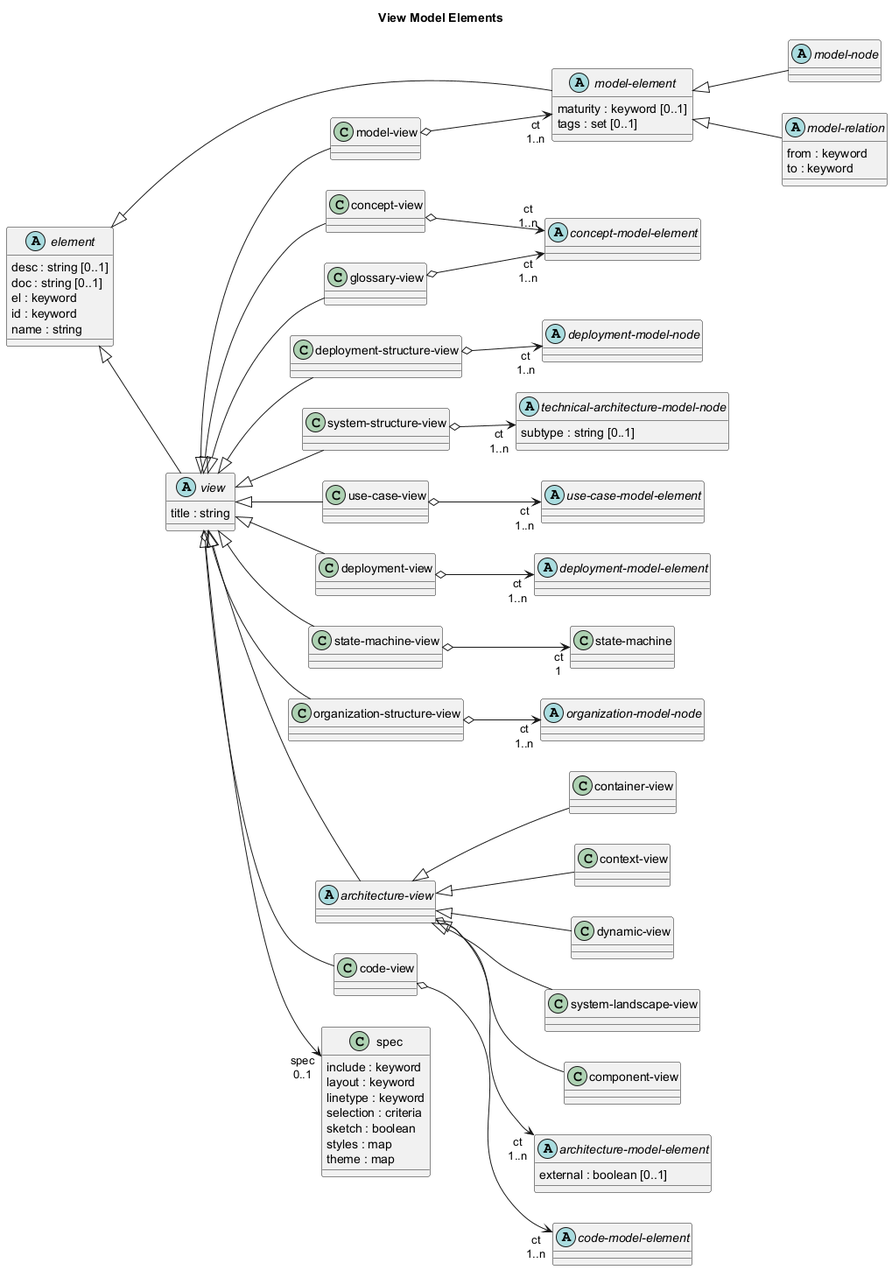
This is docs/overarch/data-model/view-model-elements.png from soulspace-org/overarch, a PlantUML export, as it was before one commit.
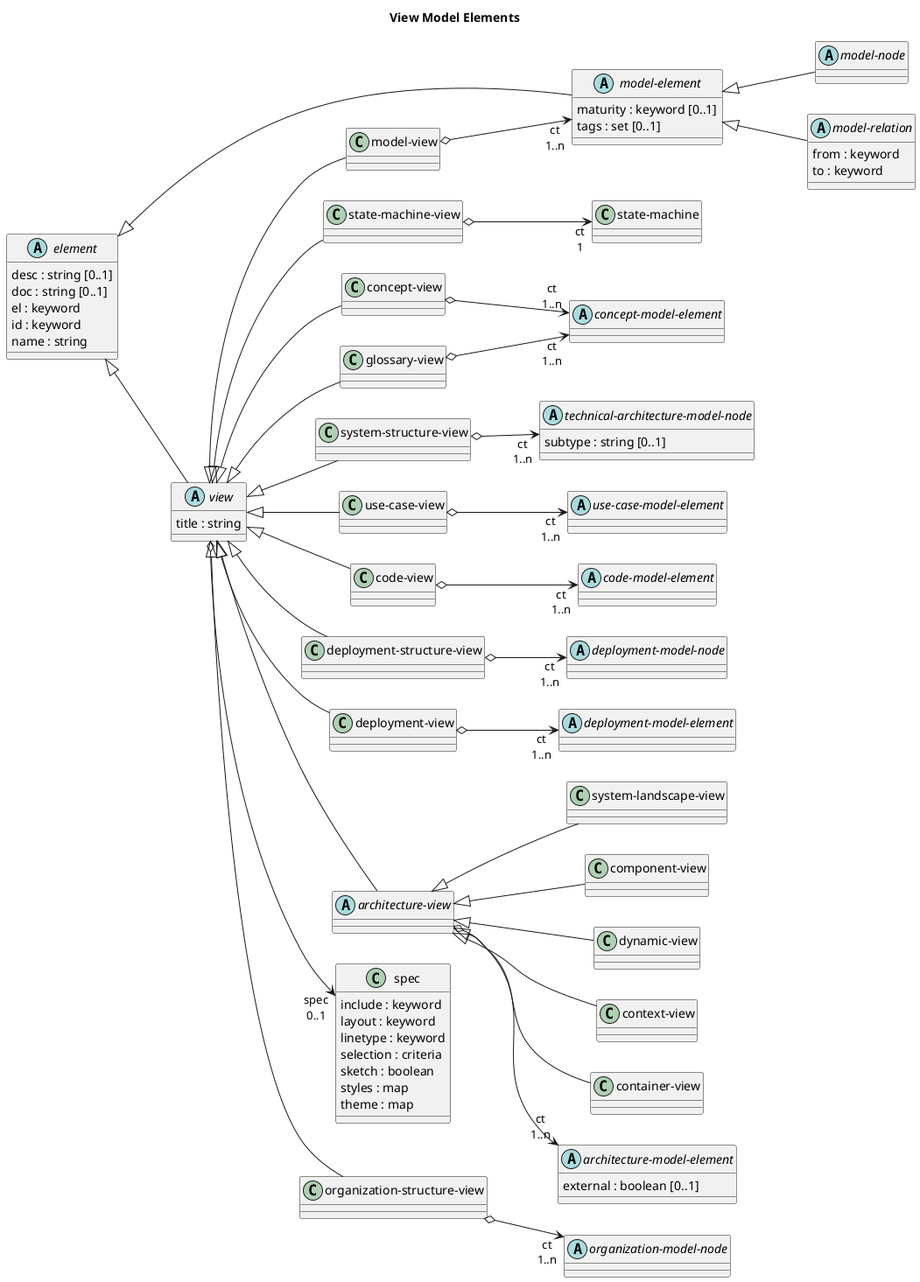
After the change.

Change to the diagram source:
```diff
@@ -7,38 +7,38 @@
 
 title View Model Elements
 
-class "concept-view" as overarch_dataModel_conceptView {}
-class "state-machine" as overarch_dataModel_stateMachine {}
 abstract class "technical-architecture-model-node" as overarch_dataModel_technicalArchitectureModelNode {
   subtype : string [0..1]
 }
 abstract class "concept-model-element" as overarch_dataModel_conceptModelElement {}
+class "state-machine-view" as overarch_dataModel_stateMachineView {}
+class "concept-view" as overarch_dataModel_conceptView {}
 abstract class "model-element" as overarch_dataModel_modelElement {
   maturity : keyword [0..1]
   tags : set [0..1]
 }
-class "model-view" as overarch_dataModel_modelView {}
+class "system-landscape-view" as overarch_dataModel_systemLandscapeView {}
+class "component-view" as overarch_dataModel_componentView {}
+class "system-structure-view" as overarch_dataModel_systemStructureView {}
+class "use-case-view" as overarch_dataModel_useCaseView {}
+class "code-view" as overarch_dataModel_codeView {}
+abstract class "deployment-model-node" as overarch_dataModel_deploymentModelNode {}
+class "dynamic-view" as overarch_dataModel_dynamicView {}
+class "deployment-structure-view" as overarch_dataModel_deploymentStructureView {}
+class "state-machine" as overarch_dataModel_stateMachine {}
+abstract class "model-node" as overarch_dataModel_modelNode {}
 class "glossary-view" as overarch_dataModel_glossaryView {}
-class "deployment-structure-view" as overarch_dataModel_deploymentStructureView {}
-class "container-view" as overarch_dataModel_containerView {}
-class "system-structure-view" as overarch_dataModel_systemStructureView {}
-abstract class "deployment-model-node" as overarch_dataModel_deploymentModelNode {}
-class "context-view" as overarch_dataModel_contextView {}
-class "dynamic-view" as overarch_dataModel_dynamicView {}
-class "use-case-view" as overarch_dataModel_useCaseView {}
-class "deployment-view" as overarch_dataModel_deploymentView {}
-abstract class "model-node" as overarch_dataModel_modelNode {}
 abstract class "model-relation" as overarch_dataModel_modelRelation {
   from : keyword
   to : keyword
 }
-class "system-landscape-view" as overarch_dataModel_systemLandscapeView {}
-class "state-machine-view" as overarch_dataModel_stateMachineView {}
-class "organization-structure-view" as overarch_dataModel_organizationStructureView {}
+class "deployment-view" as overarch_dataModel_deploymentView {}
+class "context-view" as overarch_dataModel_contextView {}
 abstract class "deployment-model-element" as overarch_dataModel_deploymentModelElement {}
+class "model-view" as overarch_dataModel_modelView {}
+class "container-view" as overarch_dataModel_containerView {}
 abstract class "architecture-view" as overarch_dataModel_architectureView {}
 abstract class "use-case-model-element" as overarch_dataModel_useCaseModelElement {}
-class "component-view" as overarch_dataModel_componentView {}
 abstract class "element" as overarch_dataModel_element {
   desc : string [0..1]
   doc : string [0..1]
@@ -49,7 +49,6 @@
 abstract class "architecture-model-element" as overarch_dataModel_architectureModelElement {
   external : boolean [0..1]
 }
-class "code-view" as overarch_dataModel_codeView {}
 class "spec" as overarch_dataModel_renderingSpec {
   include : keyword
   layout : keyword
@@ -64,6 +63,7 @@
 abstract class "view" as overarch_dataModel_view {
   title : string
 }
+class "organization-structure-view" as overarch_dataModel_organizationStructureView {}
 overarch_dataModel_codeView o-->  "ct\n1..n" overarch_dataModel_codeModelElement
 overarch_dataModel_architectureView <|-- overarch_dataModel_dynamicView
 overarch_dataModel_element <|-- overarch_dataModel_modelElement
```
